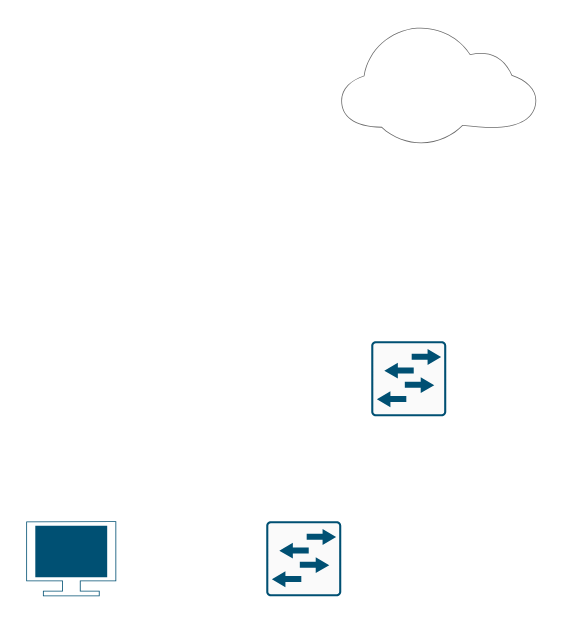
Above: HW2.drawio in flypaper86/GB_Python_HomeWork (draw.io), before the change. Source tidied: cells renumbered, new cells numbered last; positions are measured from the earlier drawing's top-left corner, leaving out a move shared by most shapes. Both pictures are drawn from the tidied source at 150%, with x=0, y=0 at pixel (26, 26).
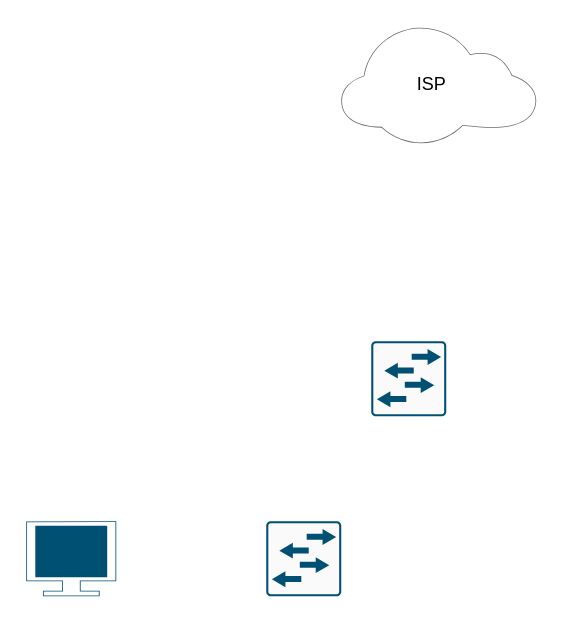
After the change.

What changed in the source:
```diff
@@
 <mxGraphModel>
   <root>
     <mxCell id="0" />
     <mxCell id="1" parent="0" />
     <mxCell id="2" style="sketch=0;verticalLabelPosition=bottom;html=1;verticalAlign=top;align=center;shape=mxgraph.cisco19.rect;prIcon=l2_switch;fillColor=#FAFAFA;strokeColor=#005073;" parent="1" vertex="1">
       <mxGeometry x="230" y="210" width="50" height="50" as="geometry" />
     </mxCell>
     <mxCell id="3" style="sketch=0;verticalLabelPosition=bottom;html=1;verticalAlign=top;align=center;shape=mxgraph.cisco19.rect;prIcon=l2_switch;fillColor=#FAFAFA;strokeColor=#005073;" parent="1" vertex="1">
       <mxGeometry x="160" y="330" width="50" height="50" as="geometry" />
     </mxCell>
     <mxCell id="4" style="verticalLabelPosition=bottom;sketch=0;html=1;verticalAlign=top;align=center;shape=mxgraph.cisco19.hdtv;fillColor=#005073;strokeColor=none;" parent="1" vertex="1">
       <mxGeometry y="330" width="60" height="50" as="geometry" />
     </mxCell>
     <mxCell id="5" style="verticalLabelPosition=bottom;sketch=0;html=1;verticalAlign=top;align=center;shape=mxgraph.cisco19.cloud;fillColor=#6B6B6B;strokeColor=none;" parent="1" vertex="1">
       <mxGeometry x="210" width="130" height="78" as="geometry" />
     </mxCell>
+    <mxCell id="6" value="ISP" style="text;html=1;align=center;verticalAlign=middle;strokeColor=none;fillColor=none;" parent="1" vertex="1">
+      <mxGeometry x="250" y="24" width="40" height="30" as="geometry" />
+    </mxCell>
   </root>
 </mxGraphModel>
```
